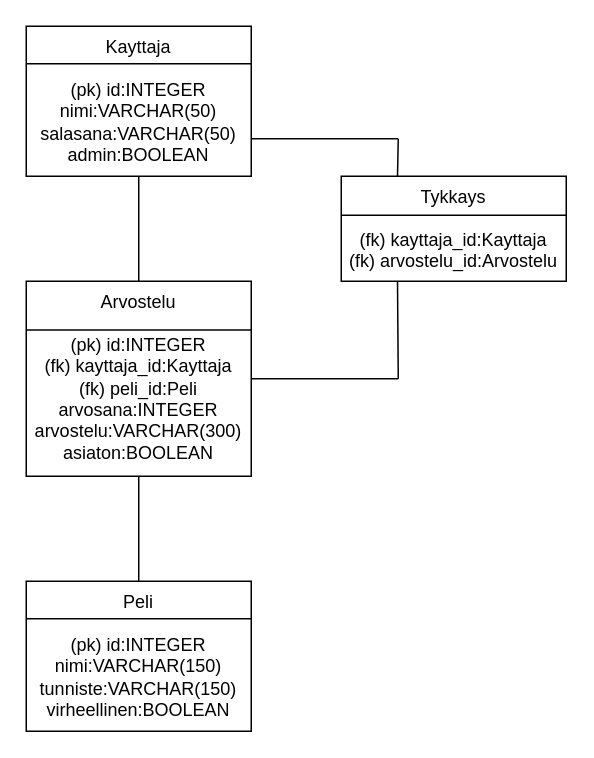
The draw.io diagram documentation/Peliarvostelupalvelu tietokantakaavio.drawio in Jeeses313/Peliarvostelupalvelu, before the edit. Source tidied: cells renumbered, new cells numbered last; positions are measured from the earlier drawing's top-left corner, leaving out a move shared by most shapes. Both pictures are drawn from the tidied source at 150%, with x=0, y=0 at pixel (26, 26).
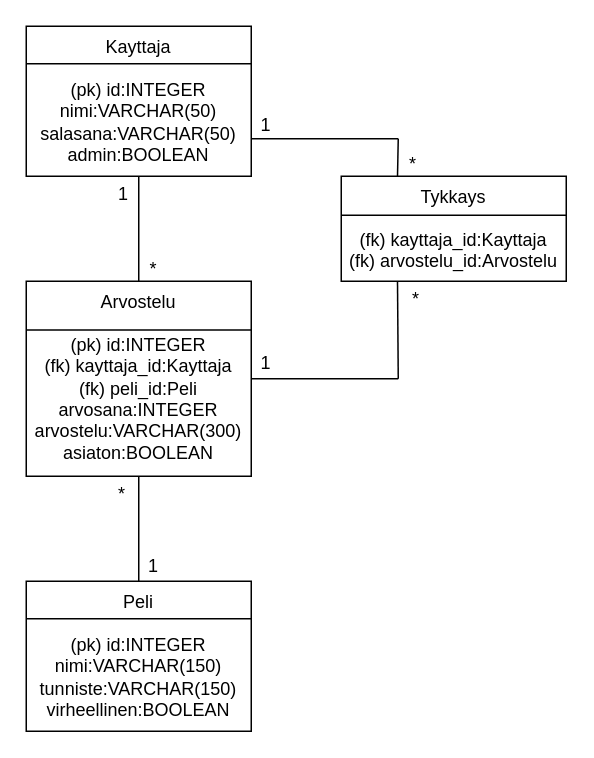
Above is the later version.

Change to the diagram source:
```diff
@@
+    <mxCell id="16" value="1" style="text;html=1;strokeColor=none;fillColor=none;align=center;verticalAlign=middle;whiteSpace=wrap;rounded=0;" parent="1" vertex="1">
+      <mxGeometry x="150" y="56" width="20" height="20" as="geometry" />
+    </mxCell>
+    <mxCell id="17" value="1" style="text;html=1;strokeColor=none;fillColor=none;align=center;verticalAlign=middle;whiteSpace=wrap;rounded=0;" parent="1" vertex="1">
+      <mxGeometry x="150" y="215" width="20" height="20" as="geometry" />
+    </mxCell>
+    <mxCell id="18" value="1" style="text;html=1;strokeColor=none;fillColor=none;align=center;verticalAlign=middle;whiteSpace=wrap;rounded=0;" parent="1" vertex="1">
+      <mxGeometry x="75" y="350" width="20" height="20" as="geometry" />
+    </mxCell>
+    <mxCell id="19" value="1" style="text;html=1;strokeColor=none;fillColor=none;align=center;verticalAlign=middle;whiteSpace=wrap;rounded=0;" parent="1" vertex="1">
+      <mxGeometry x="55" y="102" width="20" height="20" as="geometry" />
+    </mxCell>
+    <mxCell id="20" value="*" style="text;html=1;strokeColor=none;fillColor=none;align=center;verticalAlign=middle;whiteSpace=wrap;rounded=0;" parent="1" vertex="1">
+      <mxGeometry x="75" y="152" width="20" height="20" as="geometry" />
+    </mxCell>
+    <mxCell id="21" value="*" style="text;html=1;strokeColor=none;fillColor=none;align=center;verticalAlign=middle;whiteSpace=wrap;rounded=0;" parent="1" vertex="1">
+      <mxGeometry x="248" y="82" width="20" height="20" as="geometry" />
+    </mxCell>
+    <mxCell id="22" value="*" style="text;html=1;strokeColor=none;fillColor=none;align=center;verticalAlign=middle;whiteSpace=wrap;rounded=0;" parent="1" vertex="1">
+      <mxGeometry x="54" y="302" width="20" height="20" as="geometry" />
+    </mxCell>
+    <mxCell id="23" value="*" style="text;html=1;strokeColor=none;fillColor=none;align=center;verticalAlign=middle;whiteSpace=wrap;rounded=0;" parent="1" vertex="1">
+      <mxGeometry x="250" y="172" width="20" height="20" as="geometry" />
+    </mxCell>
```
